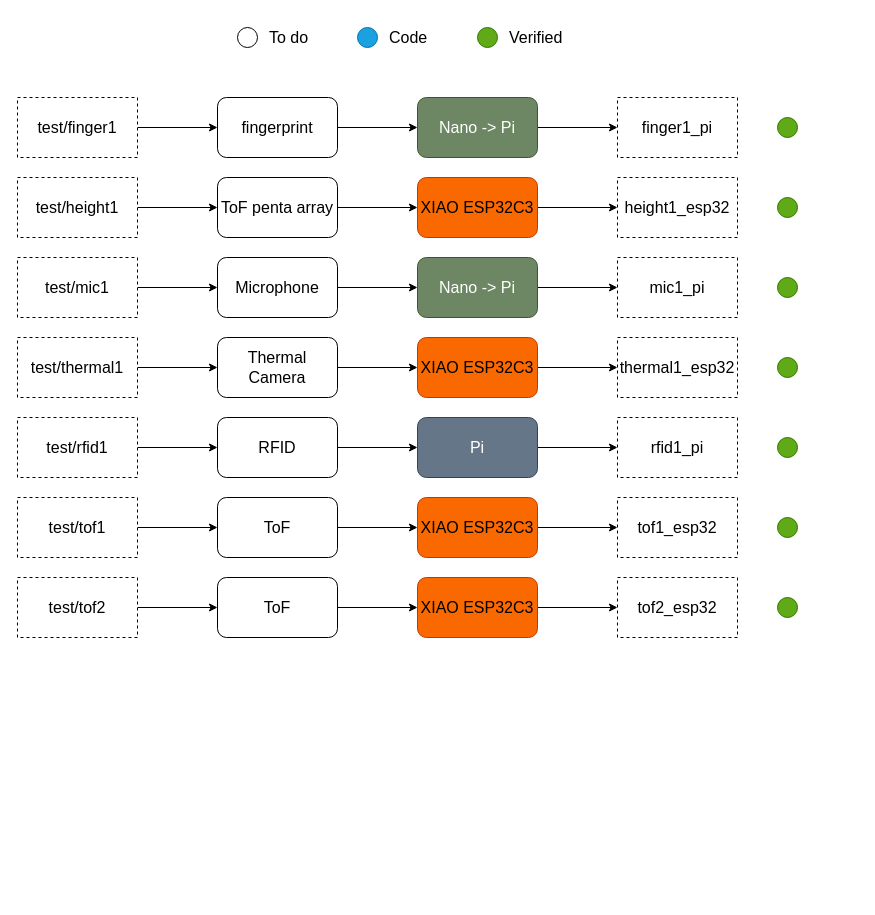
The draw.io diagram devices.drawio in utsanpb2-234/Reminder-IoT, before the edit. Source tidied: cells renumbered, new cells numbered last; positions are measured from the earlier drawing's top-left corner, leaving out a move shared by most shapes. Both pictures are drawn from the tidied source at 100%, with x=0, y=0 at pixel (17, 17).
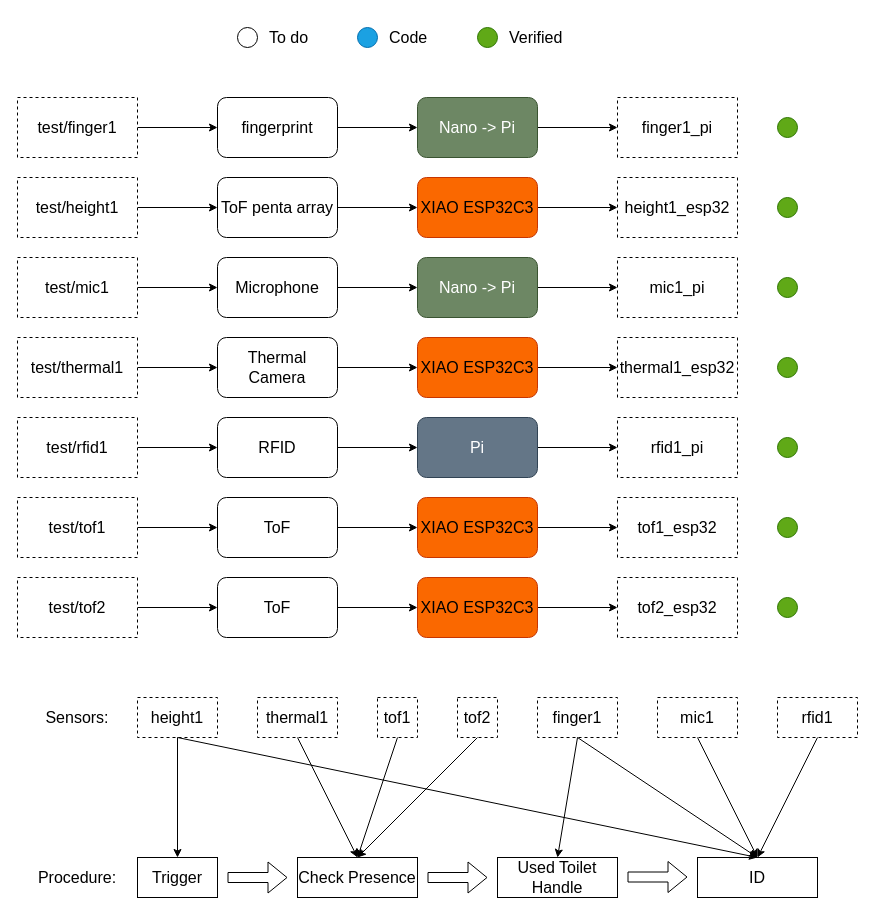
After the change.

Diff of the diagram source:
```diff
@@
+    <mxCell id="67" value="Trigger" style="text;html=1;strokeColor=default;fillColor=none;align=center;verticalAlign=middle;whiteSpace=wrap;rounded=0;fontSize=16;" parent="1" vertex="1">
+      <mxGeometry x="120" y="840" width="80" height="40" as="geometry" />
+    </mxCell>
+    <mxCell id="68" value="Check Presence" style="text;html=1;strokeColor=default;fillColor=none;align=center;verticalAlign=middle;whiteSpace=wrap;rounded=0;fontSize=16;" parent="1" vertex="1">
+      <mxGeometry x="280" y="840" width="120" height="40" as="geometry" />
+    </mxCell>
+    <mxCell id="69" value="Used Toilet Handle" style="text;html=1;strokeColor=default;fillColor=none;align=center;verticalAlign=middle;whiteSpace=wrap;rounded=0;fontSize=16;" parent="1" vertex="1">
+      <mxGeometry x="480" y="840" width="120" height="40" as="geometry" />
+    </mxCell>
+    <mxCell id="70" value="height1" style="whiteSpace=wrap;html=1;fontSize=16;rounded=0;dashed=1;strokeColor=#000000;" parent="1" vertex="1">
+      <mxGeometry x="120" y="680" width="80" height="40" as="geometry" />
+    </mxCell>
+    <mxCell id="71" value="finger1" style="whiteSpace=wrap;html=1;fontSize=16;rounded=0;dashed=1;" parent="1" vertex="1">
+      <mxGeometry x="520" y="680" width="80" height="40" as="geometry" />
+    </mxCell>
+    <mxCell id="72" value="mic1" style="whiteSpace=wrap;html=1;fontSize=16;rounded=0;dashed=1;" parent="1" vertex="1">
+      <mxGeometry x="640" y="680" width="80" height="40" as="geometry" />
+    </mxCell>
+    <mxCell id="73" value="thermal1" style="whiteSpace=wrap;html=1;fontSize=16;rounded=0;dashed=1;" parent="1" vertex="1">
+      <mxGeometry x="240" y="680" width="80" height="40" as="geometry" />
+    </mxCell>
+    <mxCell id="74" value="rfid1" style="whiteSpace=wrap;html=1;fontSize=16;rounded=0;dashed=1;" parent="1" vertex="1">
+      <mxGeometry x="760" y="680" width="80" height="40" as="geometry" />
+    </mxCell>
+    <mxCell id="75" value="tof1" style="whiteSpace=wrap;html=1;fontSize=16;rounded=0;dashed=1;" parent="1" vertex="1">
+      <mxGeometry x="360" y="680" width="40" height="40" as="geometry" />
+    </mxCell>
+    <mxCell id="76" value="tof2" style="whiteSpace=wrap;html=1;fontSize=16;rounded=0;dashed=1;" parent="1" vertex="1">
+      <mxGeometry x="440" y="680" width="40" height="40" as="geometry" />
+    </mxCell>
+    <mxCell id="77" style="endArrow=classic;html=1;rounded=0;fontSize=16;entryX=0.5;entryY=0;entryDx=0;entryDy=0;exitX=0.5;exitY=1;exitDx=0;exitDy=0;" parent="1" edge="1" source="70" target="67">
+      <mxGeometry relative="1" as="geometry" />
+    </mxCell>
+    <mxCell id="78" style="endArrow=classic;html=1;rounded=0;fontSize=16;entryX=0.5;entryY=0;entryDx=0;entryDy=0;exitX=0.5;exitY=1;exitDx=0;exitDy=0;" parent="1" edge="1" source="76" target="68">
+      <mxGeometry relative="1" as="geometry" />
+    </mxCell>
+    <mxCell id="79" style="endArrow=classic;html=1;rounded=0;fontSize=16;entryX=0.5;entryY=0;entryDx=0;entryDy=0;exitX=0.5;exitY=1;exitDx=0;exitDy=0;" parent="1" edge="1" source="75" target="68">
+      <mxGeometry relative="1" as="geometry" />
+    </mxCell>
+    <mxCell id="80" style="endArrow=classic;html=1;rounded=0;fontSize=16;entryX=0.5;entryY=0;entryDx=0;entryDy=0;exitX=0.5;exitY=1;exitDx=0;exitDy=0;" parent="1" edge="1" source="73" target="68">
+      <mxGeometry relative="1" as="geometry" />
+    </mxCell>
+    <mxCell id="81" style="endArrow=classic;html=1;rounded=0;fontSize=16;entryX=0.5;entryY=0;entryDx=0;entryDy=0;exitX=0.5;exitY=1;exitDx=0;exitDy=0;" parent="1" edge="1" source="71" target="69">
+      <mxGeometry relative="1" as="geometry" />
+    </mxCell>
+    <mxCell id="82" value="ID" style="text;html=1;strokeColor=default;fillColor=none;align=center;verticalAlign=middle;whiteSpace=wrap;rounded=0;fontSize=16;" parent="1" vertex="1">
+      <mxGeometry x="680" y="840" width="120" height="40" as="geometry" />
+    </mxCell>
+    <mxCell id="83" style="endArrow=classic;html=1;rounded=0;fontSize=16;entryX=0.5;entryY=0;entryDx=0;entryDy=0;exitX=0.5;exitY=1;exitDx=0;exitDy=0;" parent="1" edge="1" source="71" target="82">
+      <mxGeometry relative="1" as="geometry" />
+    </mxCell>
+    <mxCell id="84" style="endArrow=classic;html=1;rounded=0;fontSize=16;entryX=0.5;entryY=0;entryDx=0;entryDy=0;exitX=0.5;exitY=1;exitDx=0;exitDy=0;" parent="1" edge="1" source="72" target="82">
+      <mxGeometry relative="1" as="geometry" />
+    </mxCell>
+    <mxCell id="85" style="endArrow=classic;html=1;rounded=0;fontSize=16;entryX=0.5;entryY=0;entryDx=0;entryDy=0;exitX=0.5;exitY=1;exitDx=0;exitDy=0;" parent="1" edge="1" source="74" target="82">
+      <mxGeometry relative="1" as="geometry" />
+    </mxCell>
+    <mxCell id="86" style="shape=flexArrow;endArrow=classic;html=1;rounded=0;fontSize=16;" parent="1" edge="1">
+      <mxGeometry relative="1" as="geometry">
+        <mxPoint x="210" y="860" as="sourcePoint" />
+        <mxPoint x="270" y="860" as="targetPoint" />
+      </mxGeometry>
+    </mxCell>
+    <mxCell id="87" style="shape=flexArrow;endArrow=classic;html=1;rounded=0;fontSize=16;" parent="1" edge="1">
+      <mxGeometry relative="1" as="geometry">
+        <mxPoint x="410" y="860" as="sourcePoint" />
+        <mxPoint x="470" y="860" as="targetPoint" />
+      </mxGeometry>
+    </mxCell>
+    <mxCell id="88" style="shape=flexArrow;endArrow=classic;html=1;rounded=0;fontSize=16;" parent="1" edge="1">
+      <mxGeometry relative="1" as="geometry">
+        <mxPoint x="610" y="859.5" as="sourcePoint" />
+        <mxPoint x="670" y="859.5" as="targetPoint" />
+      </mxGeometry>
+    </mxCell>
+    <mxCell id="89" style="endArrow=classic;html=1;rounded=0;fontSize=16;entryX=0.5;entryY=0;entryDx=0;entryDy=0;exitX=0.5;exitY=1;exitDx=0;exitDy=0;" parent="1" edge="1" source="70" target="82">
+      <mxGeometry relative="1" as="geometry" />
+    </mxCell>
+    <mxCell id="90" value="Sensors:" style="text;html=1;strokeColor=none;fillColor=none;align=center;verticalAlign=middle;whiteSpace=wrap;rounded=0;strokeWidth=3;fontSize=16;" parent="1" vertex="1">
+      <mxGeometry x="20" y="680" width="80" height="40" as="geometry" />
+    </mxCell>
+    <mxCell id="91" value="Procedure:" style="text;html=1;strokeColor=none;fillColor=none;align=center;verticalAlign=middle;whiteSpace=wrap;rounded=0;strokeWidth=3;fontSize=16;" parent="1" vertex="1">
+      <mxGeometry x="20" y="840" width="80" height="40" as="geometry" />
+    </mxCell>
```
